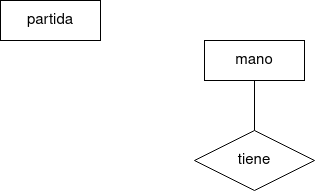
Before: doc/diagrama_entidad_relacion/diagrama_entidad_relacion.png, a diagram exported from draw.io (jdabrante/proyecto_ets). Source tidied: cells renumbered, new cells last; positions are measured from the earlier drawing's top-left corner, leaving out a move shared by most shapes.
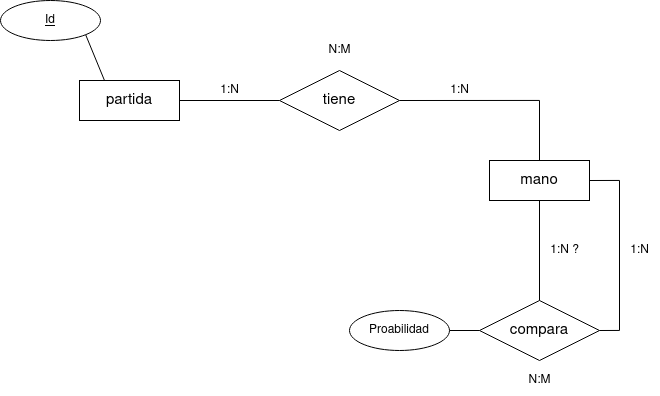
Later version of the same file.

What changed in the source:
```diff
@@ -2,17 +2,59 @@
   <root>
     <mxCell id="0" />
     <mxCell id="1" parent="0" />
+    <mxCell id="6" style="edgeStyle=orthogonalEdgeStyle;rounded=0;jettySize=auto;html=1;exitX=1;exitY=0.5;exitDx=0;exitDy=0;entryX=0;entryY=0.5;entryDx=0;entryDy=0;endArrow=none;endFill=0;" parent="1" edge="1" source="2" target="9">
+      <mxGeometry relative="1" as="geometry" />
+    </mxCell>
     <mxCell id="2" value="partida" style="whiteSpace=wrap;html=1;align=center;fontSize=15;" parent="1" vertex="1">
-      <mxGeometry width="100" height="40" as="geometry" />
+      <mxGeometry x="-11" y="150" width="100" height="40" as="geometry" />
     </mxCell>
     <mxCell id="3" value="mano" style="whiteSpace=wrap;html=1;align=center;fontSize=15;" parent="1" vertex="1">
-      <mxGeometry x="204" y="40" width="100" height="40" as="geometry" />
+      <mxGeometry x="399" y="230" width="100" height="40" as="geometry" />
     </mxCell>
+    <mxCell id="7" style="edgeStyle=orthogonalEdgeStyle;rounded=0;jettySize=auto;html=1;exitX=1;exitY=0.5;exitDx=0;exitDy=0;entryX=1;entryY=0.5;entryDx=0;entryDy=0;endArrow=none;endFill=0;" parent="1" edge="1" source="4" target="3">
+      <mxGeometry relative="1" as="geometry" />
+    </mxCell>
-    <mxCell id="4" value="tiene" style="shape=rhombus;perimeter=rhombusPerimeter;whiteSpace=wrap;html=1;align=center;fontSize=15;" parent="1" vertex="1">
-      <mxGeometry x="194" y="130" width="120" height="60" as="geometry" />
+    <mxCell id="4" value="compara" style="shape=rhombus;perimeter=rhombusPerimeter;whiteSpace=wrap;html=1;align=center;fontSize=15;" parent="1" vertex="1">
+      <mxGeometry x="389" y="370" width="120" height="60" as="geometry" />
     </mxCell>
     <mxCell id="5" style="endArrow=none;html=1;rounded=0;exitX=0.5;exitY=1;exitDx=0;exitDy=0;entryX=0.5;entryY=0;entryDx=0;entryDy=0;" parent="1" edge="1" source="3" target="4">
       <mxGeometry relative="1" as="geometry" />
     </mxCell>
+    <mxCell id="8" style="edgeStyle=orthogonalEdgeStyle;rounded=0;jettySize=auto;html=1;exitX=1;exitY=0.5;exitDx=0;exitDy=0;entryX=0.5;entryY=0;entryDx=0;entryDy=0;endArrow=none;endFill=0;" parent="1" edge="1" source="9" target="3">
+      <mxGeometry relative="1" as="geometry" />
+    </mxCell>
+    <mxCell id="9" value="tiene" style="shape=rhombus;perimeter=rhombusPerimeter;whiteSpace=wrap;html=1;align=center;fontSize=15;" parent="1" vertex="1">
+      <mxGeometry x="189" y="140" width="120" height="60" as="geometry" />
+    </mxCell>
+    <mxCell id="10" value="1:N" style="text;html=1;align=center;verticalAlign=middle;strokeColor=none;fillColor=none;" parent="1" vertex="1">
+      <mxGeometry x="349" y="145" width="40" height="30" as="geometry" />
+    </mxCell>
+    <mxCell id="11" value="1:N" style="text;html=1;align=center;verticalAlign=middle;strokeColor=none;fillColor=none;" parent="1" vertex="1">
+      <mxGeometry x="119" y="145" width="40" height="30" as="geometry" />
+    </mxCell>
+    <mxCell id="12" value="N:M" style="text;html=1;align=center;verticalAlign=middle;strokeColor=none;fillColor=none;" parent="1" vertex="1">
+      <mxGeometry x="224" y="105" width="50" height="30" as="geometry" />
+    </mxCell>
+    <mxCell id="13" value="1:N" style="text;html=1;align=center;verticalAlign=middle;strokeColor=none;fillColor=none;" parent="1" vertex="1">
+      <mxGeometry x="529" y="305" width="40" height="30" as="geometry" />
+    </mxCell>
+    <mxCell id="14" value="1:N ?" style="text;html=1;align=center;verticalAlign=middle;strokeColor=none;fillColor=none;" parent="1" vertex="1">
+      <mxGeometry x="449" y="305" width="50" height="30" as="geometry" />
+    </mxCell>
+    <mxCell id="15" value="N:M" style="text;html=1;align=center;verticalAlign=middle;strokeColor=none;fillColor=none;" parent="1" vertex="1">
+      <mxGeometry x="424" y="435" width="50" height="30" as="geometry" />
+    </mxCell>
+    <mxCell id="16" style="edgeStyle=orthogonalEdgeStyle;rounded=0;jettySize=auto;html=1;exitX=1;exitY=0.5;exitDx=0;exitDy=0;entryX=0;entryY=0.5;entryDx=0;entryDy=0;endArrow=none;endFill=0;" parent="1" edge="1" source="17" target="4">
+      <mxGeometry relative="1" as="geometry" />
+    </mxCell>
+    <mxCell id="17" value="Proabilidad" style="ellipse;whiteSpace=wrap;html=1;align=center;" parent="1" vertex="1">
+      <mxGeometry x="259" y="380" width="100" height="40" as="geometry" />
+    </mxCell>
+    <mxCell id="18" style="rounded=0;jettySize=auto;html=1;exitX=1;exitY=1;exitDx=0;exitDy=0;entryX=0.25;entryY=0;entryDx=0;entryDy=0;endArrow=none;endFill=0;" parent="1" edge="1" source="19" target="2">
+      <mxGeometry relative="1" as="geometry" />
+    </mxCell>
+    <mxCell id="19" value="Id" style="ellipse;whiteSpace=wrap;html=1;align=center;fontStyle=4;" parent="1" vertex="1">
+      <mxGeometry x="-90" y="70" width="100" height="40" as="geometry" />
+    </mxCell>
   </root>
 </mxGraphModel>
```
